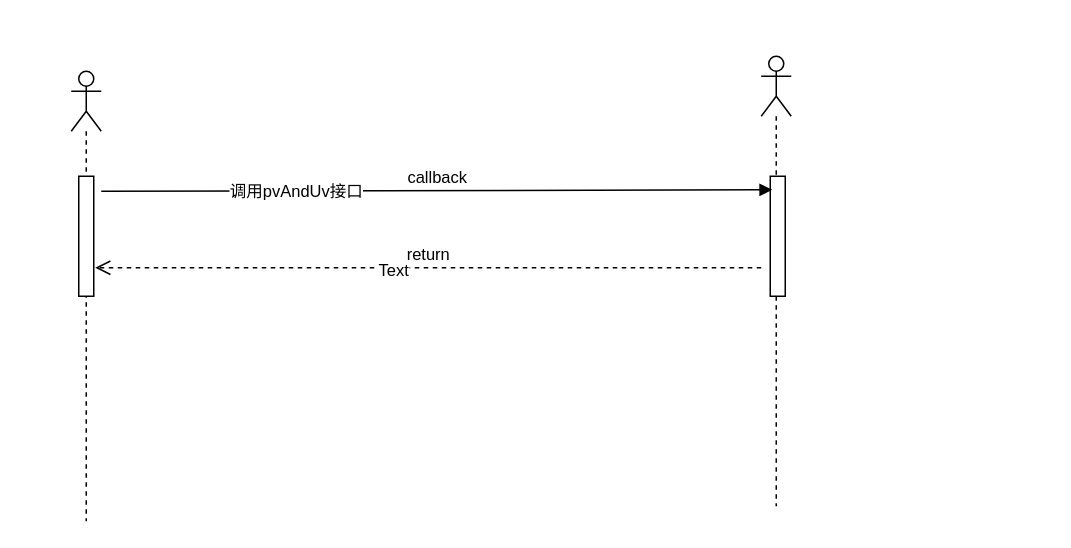
tkzc0552/design-chat keeps this draw.io diagram as 未命名绘图.drawio. Above is the earlier version. Source tidied: cells renumbered, new cells numbered last; positions are measured from the earlier drawing's top-left corner, leaving out a move shared by most shapes. Both pictures are drawn from the tidied source at 150%, with x=0, y=0 at pixel (70, 56).
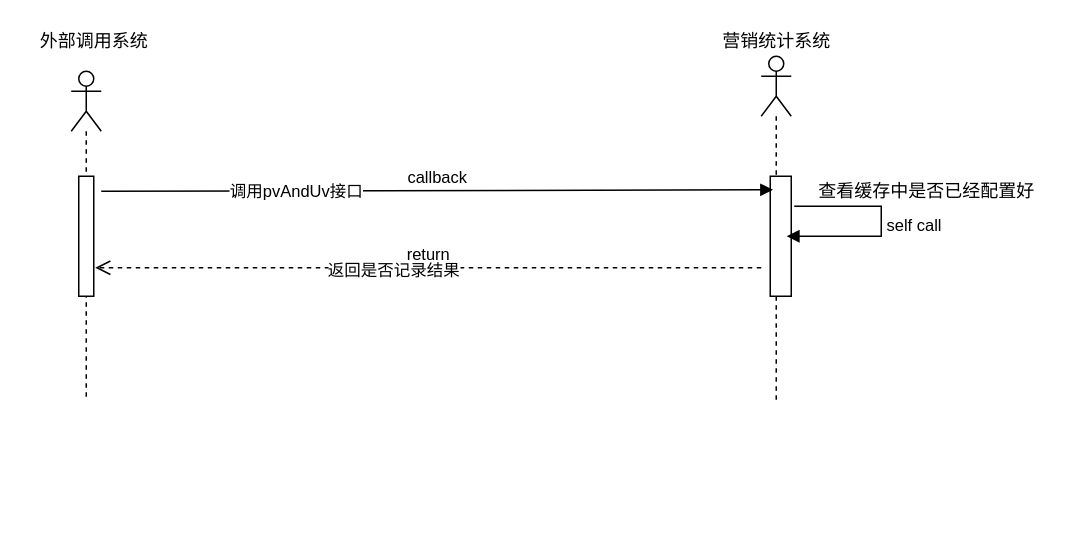
The same page after the edit.

The edit, as a diff of the source:
```diff
@@
 <mxGraphModel>
   <root>
     <mxCell id="0" />
     <mxCell id="1" parent="0" />
     <mxCell id="2" style="shape=umlLifeline;participant=umlActor;perimeter=lifelinePerimeter;whiteSpace=wrap;html=1;verticalAlign=top;spacingTop=36;" parent="1" vertex="1">
-      <mxGeometry y="10" width="20" height="300" as="geometry" />
+      <mxGeometry y="10" width="20" height="220" as="geometry" />
     </mxCell>
     <mxCell id="3" style="html=1;perimeter=orthogonalPerimeter;" parent="2" vertex="1">
       <mxGeometry x="5" y="70" width="10" height="80" as="geometry" />
     </mxCell>
     <mxCell id="4" style="shape=umlLifeline;participant=umlActor;perimeter=lifelinePerimeter;whiteSpace=wrap;html=1;verticalAlign=top;spacingTop=36;" parent="1" vertex="1">
-      <mxGeometry x="460" width="20" height="300" as="geometry" />
+      <mxGeometry x="460" width="20" height="230" as="geometry" />
     </mxCell>
     <mxCell id="5" style="html=1;points=[];perimeter=orthogonalPerimeter;" parent="1" vertex="1">
-      <mxGeometry x="466" y="80" width="10" height="80" as="geometry" />
+      <mxGeometry x="466" y="80" width="14" height="80" as="geometry" />
     </mxCell>
     <mxCell id="6" value="callback" style="html=1;verticalAlign=bottom;endArrow=block;entryX=0.133;entryY=0.113;entryDx=0;entryDy=0;entryPerimeter=0;" parent="1" edge="1" target="5">
       <mxGeometry relative="1" as="geometry">
         <mxPoint x="20" y="90" as="sourcePoint" />
       </mxGeometry>
     </mxCell>
     <mxCell id="7" value="调用pvAndUv接口" style="edgeLabel;html=1;align=center;verticalAlign=middle;" parent="6" vertex="1">
       <mxGeometry x="-0.42" relative="1" as="geometry" />
     </mxCell>
     <mxCell id="8" value="return" style="html=1;verticalAlign=bottom;endArrow=open;dashed=1;endSize=8;exitX=1;exitY=0.95;" parent="1" edge="1">
       <mxGeometry relative="1" as="geometry">
         <mxPoint x="460" y="141" as="sourcePoint" />
         <mxPoint x="16" y="141" as="targetPoint" />
       </mxGeometry>
     </mxCell>
-    <mxCell id="9" value="Text" style="edgeLabel;html=1;align=center;verticalAlign=middle;" parent="8" vertex="1">
+    <mxCell id="9" value="返回是否记录结果" style="edgeLabel;html=1;align=center;verticalAlign=middle;" parent="8" vertex="1">
       <mxGeometry x="0.11" y="1" relative="1" as="geometry" />
     </mxCell>
+    <mxCell id="10" value="营销统计系统" style="text;html=1;align=center;verticalAlign=middle;" parent="1" vertex="1">
+      <mxGeometry x="425" y="-20" width="90" height="20" as="geometry" />
+    </mxCell>
+    <mxCell id="11" value="外部调用系统" style="text;html=1;align=center;verticalAlign=middle;" parent="1" vertex="1">
+      <mxGeometry x="-30" y="-20" width="90" height="20" as="geometry" />
+    </mxCell>
+    <mxCell id="12" value="self call" style="edgeStyle=orthogonalEdgeStyle;html=1;align=left;spacingLeft=2;endArrow=block;rounded=0;entryX=1;entryY=0;" parent="1" edge="1">
+      <mxGeometry relative="1" as="geometry">
+        <mxPoint x="482" y="100" as="sourcePoint" />
+        <mxPoint x="477" y="120" as="targetPoint" />
+        <Array as="points">
+          <mxPoint x="540" y="100" />
+          <mxPoint x="540" y="120" />
+        </Array>
+      </mxGeometry>
+    </mxCell>
+    <mxCell id="13" value="查看缓存中是否已经配置好" style="text;html=1;align=center;verticalAlign=middle;" parent="1" vertex="1">
+      <mxGeometry x="490" y="80" width="160" height="20" as="geometry" />
+    </mxCell>
   </root>
 </mxGraphModel>
```
